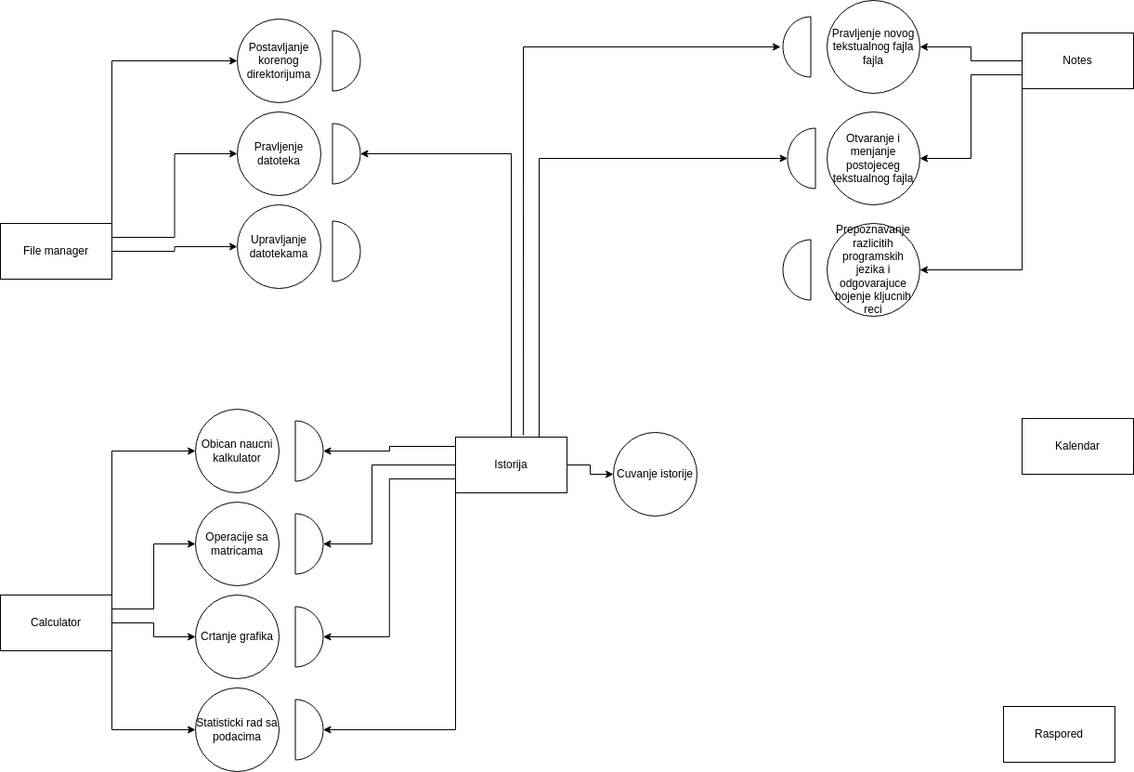
milalukic/matfHub keeps this draw.io diagram as specification/res/Component diagram.png. Above is the earlier version. Source tidied: cells renumbered, new cells last; positions are measured from the earlier drawing's top-left corner, leaving out a move shared by most shapes.
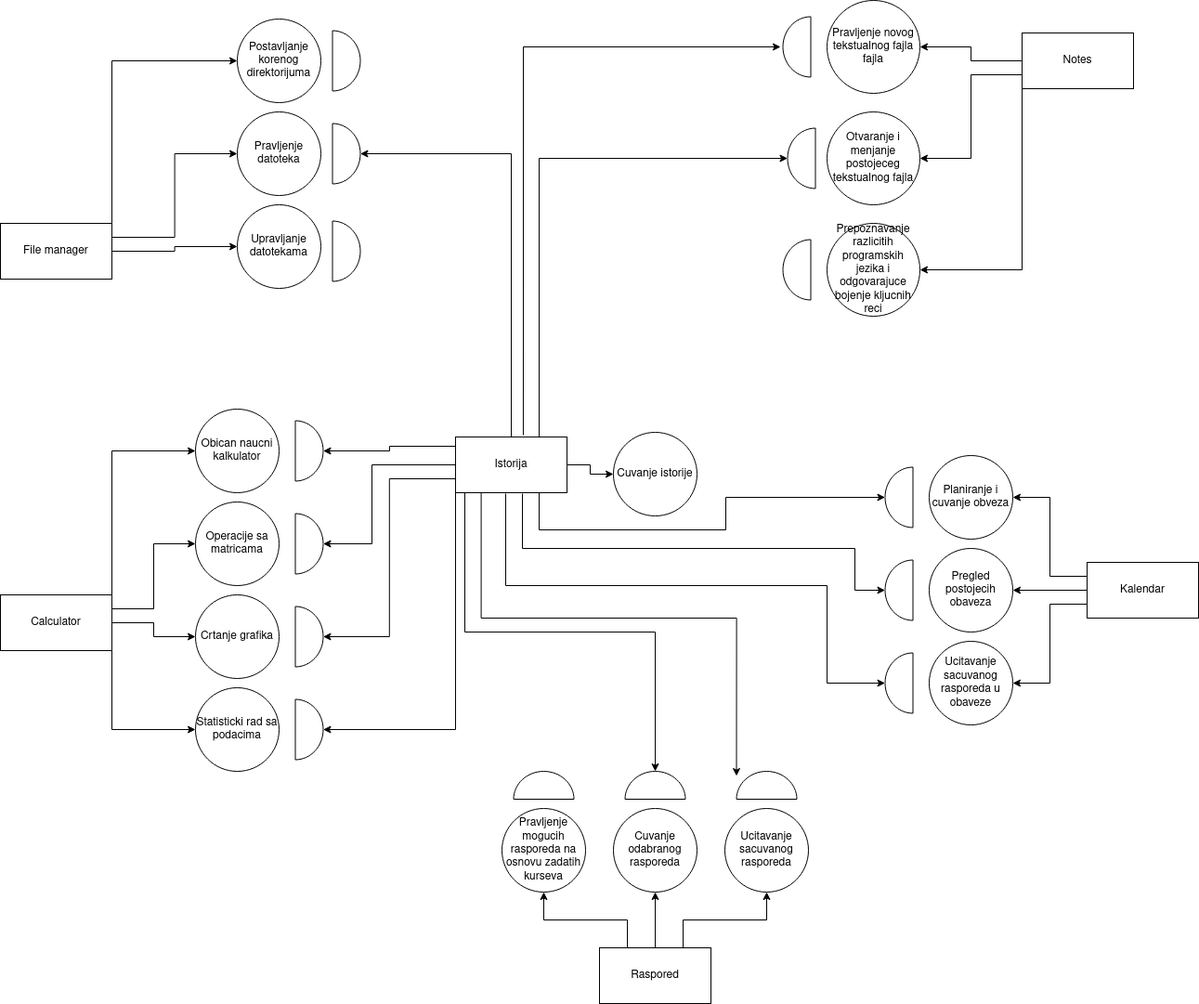
After the commit.

What changed in the source:
```diff
@@ -119,10 +119,10 @@
       <mxGeometry x="1100" y="35" width="120" height="60" as="geometry" />
     </mxCell>
     <mxCell id="37" value="Kalendar" style="rounded=0;whiteSpace=wrap;html=1;" parent="1" vertex="1">
-      <mxGeometry x="1100" y="450" width="120" height="60" as="geometry" />
+      <mxGeometry x="1170" y="605" width="120" height="60" as="geometry" />
     </mxCell>
     <mxCell id="38" value="Raspored" style="rounded=0;whiteSpace=wrap;html=1;" parent="1" vertex="1">
-      <mxGeometry x="1080" y="760" width="120" height="60" as="geometry" />
+      <mxGeometry x="645" y="1020" width="120" height="60" as="geometry" />
     </mxCell>
     <mxCell id="39" value="Pravljenje novog tekstualnog fajla fajla" style="ellipse;whiteSpace=wrap;html=1;" parent="1" vertex="1">
       <mxGeometry x="890" width="100" height="100" as="geometry" />
@@ -157,5 +157,105 @@
         </Array>
       </mxGeometry>
     </mxCell>
+    <mxCell id="47" value="Pravljenje mogucih rasporeda na osnovu zadatih kurseva" style="ellipse;whiteSpace=wrap;html=1;" parent="1" vertex="1">
+      <mxGeometry x="540" y="870" width="90" height="90" as="geometry" />
+    </mxCell>
+    <mxCell id="48" value="&lt;div&gt;Cuvanje odabranog rasporeda&lt;/div&gt;" style="ellipse;whiteSpace=wrap;html=1;" parent="1" vertex="1">
+      <mxGeometry x="660" y="870" width="90" height="90" as="geometry" />
+    </mxCell>
+    <mxCell id="49" value="Ucitavanje sacuvanog rasporeda" style="ellipse;whiteSpace=wrap;html=1;" parent="1" vertex="1">
+      <mxGeometry x="780" y="870" width="90" height="90" as="geometry" />
+    </mxCell>
+    <mxCell id="50" value="&lt;div&gt;Planiranje i cuvanje obveza&lt;/div&gt;" style="ellipse;whiteSpace=wrap;html=1;" parent="1" vertex="1">
+      <mxGeometry x="1000" y="490" width="90" height="90" as="geometry" />
+    </mxCell>
+    <mxCell id="51" value="&lt;div&gt;Pregled postojecih obaveza&lt;/div&gt;" style="ellipse;whiteSpace=wrap;html=1;" parent="1" vertex="1">
+      <mxGeometry x="1000" y="590" width="90" height="90" as="geometry" />
+    </mxCell>
+    <mxCell id="52" value="Ucitavanje sacuvanog rasporeda u obaveze" style="ellipse;whiteSpace=wrap;html=1;" parent="1" vertex="1">
+      <mxGeometry x="1000" y="690" width="90" height="90" as="geometry" />
+    </mxCell>
+    <mxCell id="53" style="verticalLabelPosition=bottom;verticalAlign=top;html=1;shape=mxgraph.basic.half_circle;rotation=90;" parent="1" vertex="1">
+      <mxGeometry x="935" y="620" width="65" height="30" as="geometry" />
+    </mxCell>
+    <mxCell id="54" style="verticalLabelPosition=bottom;verticalAlign=top;html=1;shape=mxgraph.basic.half_circle;rotation=90;" parent="1" vertex="1">
+      <mxGeometry x="935" y="720" width="65" height="30" as="geometry" />
+    </mxCell>
+    <mxCell id="55" style="verticalLabelPosition=bottom;verticalAlign=top;html=1;shape=mxgraph.basic.half_circle;rotation=90;" parent="1" vertex="1">
+      <mxGeometry x="935" y="520" width="65" height="30" as="geometry" />
+    </mxCell>
+    <mxCell id="56" style="verticalLabelPosition=bottom;verticalAlign=top;html=1;shape=mxgraph.basic.half_circle;rotation=-180;" parent="1" vertex="1">
+      <mxGeometry x="672.5" y="830" width="65" height="30" as="geometry" />
+    </mxCell>
+    <mxCell id="57" style="verticalLabelPosition=bottom;verticalAlign=top;html=1;shape=mxgraph.basic.half_circle;rotation=-180;" parent="1" vertex="1">
+      <mxGeometry x="792.5" y="830" width="65" height="30" as="geometry" />
+    </mxCell>
+    <mxCell id="58" style="verticalLabelPosition=bottom;verticalAlign=top;html=1;shape=mxgraph.basic.half_circle;rotation=-180;" parent="1" vertex="1">
+      <mxGeometry x="552.5" y="830" width="65" height="30" as="geometry" />
+    </mxCell>
+    <mxCell id="59" style="edgeStyle=orthogonalEdgeStyle;rounded=0;jettySize=auto;html=1;exitX=0.45;exitY=1.017;exitDx=0;exitDy=0;entryX=0.5;entryY=1;entryDx=0;entryDy=0;entryPerimeter=0;exitPerimeter=0;" parent="1" edge="1" source="12" target="54">
+      <mxGeometry relative="1" as="geometry">
+        <Array as="points">
+          <mxPoint x="544" y="630" />
+          <mxPoint x="890" y="630" />
+          <mxPoint x="890" y="735" />
+        </Array>
+      </mxGeometry>
+    </mxCell>
+    <mxCell id="60" style="edgeStyle=orthogonalEdgeStyle;rounded=0;jettySize=auto;html=1;exitX=0.6;exitY=1.017;exitDx=0;exitDy=0;exitPerimeter=0;entryX=0.5;entryY=1;entryDx=0;entryDy=0;entryPerimeter=0;" parent="1" edge="1" source="12" target="53">
+      <mxGeometry relative="1" as="geometry">
+        <Array as="points">
+          <mxPoint x="562" y="590" />
+          <mxPoint x="920" y="590" />
+          <mxPoint x="920" y="635" />
+        </Array>
+      </mxGeometry>
+    </mxCell>
+    <mxCell id="61" style="edgeStyle=orthogonalEdgeStyle;rounded=0;jettySize=auto;html=1;exitX=0.75;exitY=1;exitDx=0;exitDy=0;entryX=0.5;entryY=1;entryDx=0;entryDy=0;entryPerimeter=0;" parent="1" edge="1" source="12" target="55">
+      <mxGeometry relative="1" as="geometry">
+        <Array as="points">
+          <mxPoint x="580" y="570" />
+          <mxPoint x="781" y="570" />
+          <mxPoint x="781" y="535" />
+        </Array>
+      </mxGeometry>
+    </mxCell>
+    <mxCell id="62" style="edgeStyle=orthogonalEdgeStyle;rounded=0;orthogonalLoop=1;jettySize=auto;html=1;entryX=0.5;entryY=1;entryDx=0;entryDy=0;entryPerimeter=0;" parent="1" edge="1">
+      <mxGeometry relative="1" as="geometry">
+        <mxPoint x="520" y="530" as="sourcePoint" />
+        <mxPoint x="792.5" y="835" as="targetPoint" />
+        <Array as="points">
+          <mxPoint x="517.5" y="665" />
+          <mxPoint x="792.5" y="665" />
+        </Array>
+      </mxGeometry>
+    </mxCell>
+    <mxCell id="63" style="edgeStyle=orthogonalEdgeStyle;rounded=0;jettySize=auto;html=1;exitX=0.25;exitY=1;exitDx=0;exitDy=0;entryX=0.5;entryY=1;entryDx=0;entryDy=0;entryPerimeter=0;" parent="1" edge="1" source="12" target="56">
+      <mxGeometry relative="1" as="geometry">
+        <Array as="points">
+          <mxPoint x="500" y="530" />
+          <mxPoint x="500" y="680" />
+          <mxPoint x="705" y="680" />
+        </Array>
+      </mxGeometry>
+    </mxCell>
+    <mxCell id="64" style="edgeStyle=orthogonalEdgeStyle;rounded=0;jettySize=auto;html=1;exitX=0;exitY=0.25;exitDx=0;exitDy=0;entryX=1;entryY=0.5;entryDx=0;entryDy=0;" parent="1" edge="1" source="37" target="50">
+      <mxGeometry relative="1" as="geometry" />
+    </mxCell>
+    <mxCell id="65" style="edgeStyle=orthogonalEdgeStyle;rounded=0;jettySize=auto;html=1;exitX=0;exitY=0.5;exitDx=0;exitDy=0;entryX=1;entryY=0.5;entryDx=0;entryDy=0;" parent="1" edge="1" source="37" target="51">
+      <mxGeometry relative="1" as="geometry" />
+    </mxCell>
+    <mxCell id="66" style="edgeStyle=orthogonalEdgeStyle;rounded=0;jettySize=auto;html=1;exitX=0.75;exitY=0;exitDx=0;exitDy=0;entryX=0.5;entryY=1;entryDx=0;entryDy=0;" parent="1" edge="1" source="38" target="49">
+      <mxGeometry relative="1" as="geometry" />
+    </mxCell>
+    <mxCell id="67" style="edgeStyle=orthogonalEdgeStyle;rounded=0;jettySize=auto;html=1;exitX=0;exitY=0.75;exitDx=0;exitDy=0;entryX=1;entryY=0.5;entryDx=0;entryDy=0;" parent="1" edge="1" source="37" target="52">
+      <mxGeometry relative="1" as="geometry" />
+    </mxCell>
+    <mxCell id="68" style="edgeStyle=orthogonalEdgeStyle;rounded=0;jettySize=auto;html=1;entryX=0.5;entryY=1;entryDx=0;entryDy=0;exitX=0.5;exitY=0;exitDx=0;exitDy=0;" parent="1" edge="1" source="38" target="48">
+      <mxGeometry relative="1" as="geometry" />
+    </mxCell>
+    <mxCell id="69" style="edgeStyle=orthogonalEdgeStyle;rounded=0;jettySize=auto;html=1;exitX=0.25;exitY=0;exitDx=0;exitDy=0;entryX=0.5;entryY=1;entryDx=0;entryDy=0;" parent="1" edge="1" source="38" target="47">
+      <mxGeometry relative="1" as="geometry" />
+    </mxCell>
   </root>
 </mxGraphModel>
```
